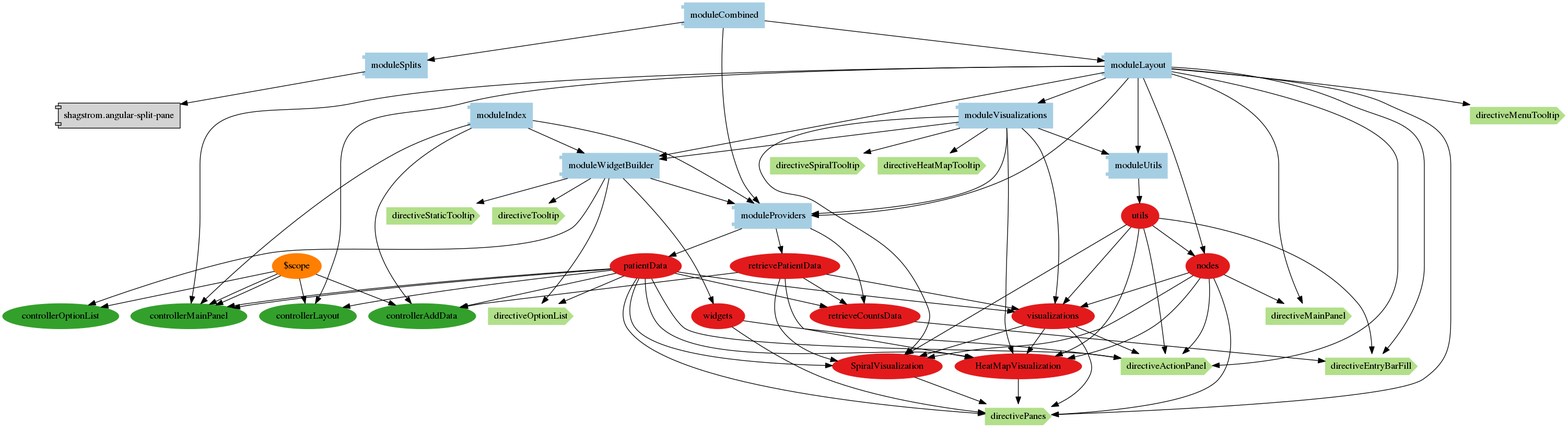
nevesnunes/MultiViz keeps this Graphviz diagram as architecture/png/all.png. Above is the earlier version. Its source is kept beside it as architecture/dot/all.dot.
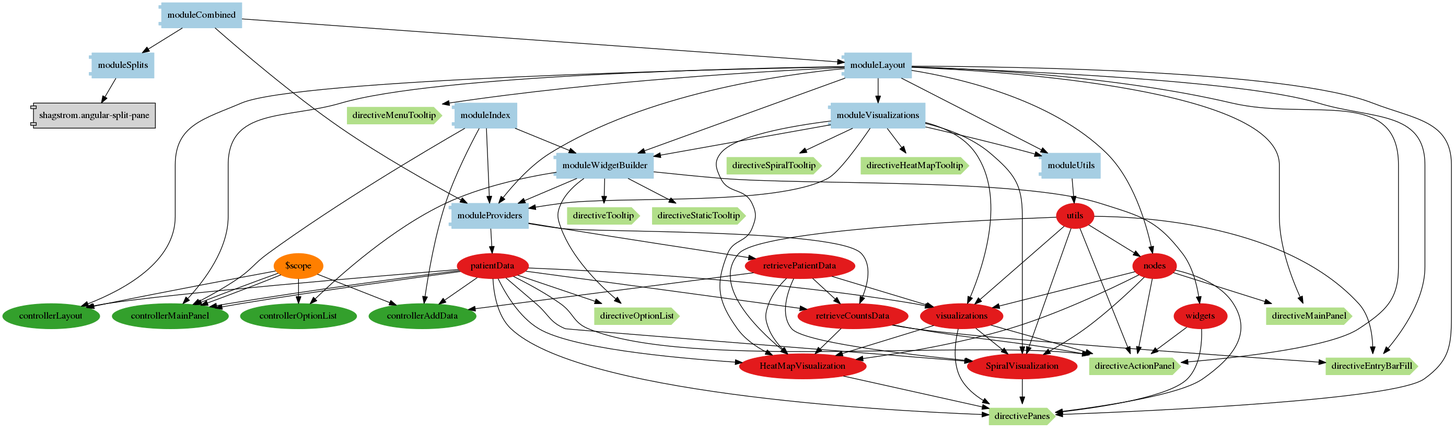
After the commit.

Diff of the diagram source:
```diff
@@ -152,6 +152,9 @@
 
           "patientData"[label="patientData"]
           "patientData" -> "HeatMapVisualization"
+
+          "retrieveCountsData"[label="retrieveCountsData"]
+          "retrieveCountsData" -> "HeatMapVisualization"
 
           "retrievePatientData"[label="retrievePatientData"]
           "retrievePatientData" -> "HeatMapVisualization"
@@ -680,6 +683,9 @@
           "nodes"[label="nodes"]
           "nodes" -> "directiveActionPanel"
 
+          "retrieveCountsData"[label="retrieveCountsData"]
+          "retrieveCountsData" -> "directiveActionPanel"
+
 
 
           "widgets"[label="widgets"]
```
